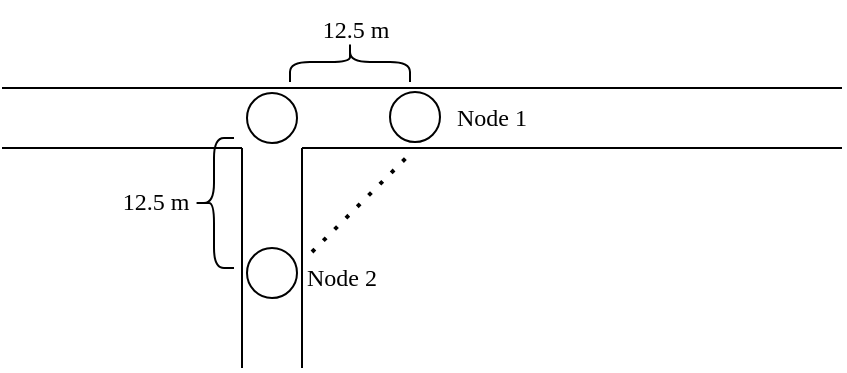
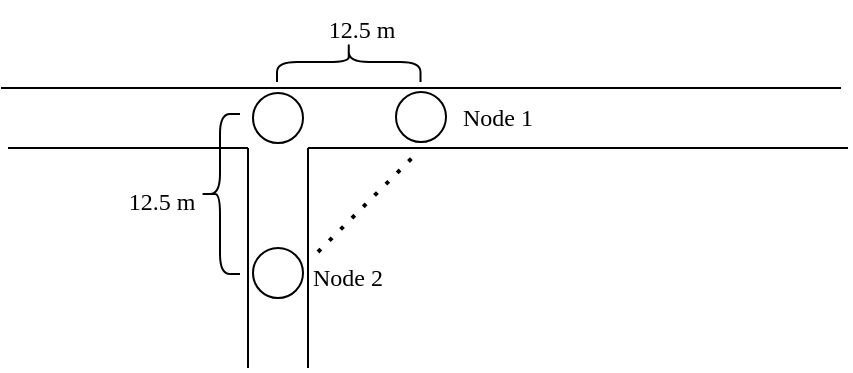
<mxfile host="app.diagrams.net">
  <diagram name="Page-1" id="f06MdwtUii9qRW4pSBLN">
-     <mxGraphModel dx="572" dy="319" grid="1" gridSize="10" guides="1" tooltips="1" connect="1" arrows="1" fold="1" page="1" pageScale="1" pageWidth="1169" pageHeight="1654" math="0" shadow="0">
+     <mxGraphModel dx="589" dy="291" grid="1" gridSize="10" guides="1" tooltips="1" connect="1" arrows="1" fold="1" page="1" pageScale="1" pageWidth="1169" pageHeight="1654" math="0" shadow="0">
      <root>
        <mxCell id="0" />
        <mxCell id="1" parent="0" />
        <mxCell id="SvrmHWsTZFq2WOs4QdFD-1" parent="1" style="ellipse;whiteSpace=wrap;html=1;aspect=fixed;fontFamily=modern;fontSource=https%3A%2F%2Fsourceforge.net%2Fprojects%2Fcm-unicode%2F;" value="" vertex="1">
          <mxGeometry height="25" width="25" x="382.5" y="132.5" as="geometry" />
        </mxCell>
        <mxCell id="SvrmHWsTZFq2WOs4QdFD-2" parent="1" style="ellipse;whiteSpace=wrap;html=1;aspect=fixed;fontFamily=modern;fontSource=https%3A%2F%2Fsourceforge.net%2Fprojects%2Fcm-unicode%2F;" value="" vertex="1">
          <mxGeometry height="25" width="25" x="454" y="132" as="geometry" />
        </mxCell>
        <mxCell id="SvrmHWsTZFq2WOs4QdFD-3" parent="1" style="ellipse;whiteSpace=wrap;html=1;aspect=fixed;fontFamily=modern;fontSource=https%3A%2F%2Fsourceforge.net%2Fprojects%2Fcm-unicode%2F;" value="" vertex="1">
          <mxGeometry height="25" width="25" x="382.5" y="210" as="geometry" />
        </mxCell>
        <mxCell id="SvrmHWsTZFq2WOs4QdFD-5" edge="1" parent="1" style="endArrow=none;html=1;rounded=0;fontFamily=modern;fontSource=https%3A%2F%2Fsourceforge.net%2Fprojects%2Fcm-unicode%2F;" value="">
          <mxGeometry height="50" relative="1" width="50" as="geometry">
-             <mxPoint x="260" y="130" as="sourcePoint" />
-             <mxPoint x="680" y="130" as="targetPoint" />
+             <mxPoint x="256.5" y="130" as="sourcePoint" />
+             <mxPoint x="676.5" y="130" as="targetPoint" />
          </mxGeometry>
        </mxCell>
        <mxCell id="SvrmHWsTZFq2WOs4QdFD-6" edge="1" parent="1" style="endArrow=none;html=1;rounded=0;fontFamily=modern;fontSource=https%3A%2F%2Fsourceforge.net%2Fprojects%2Fcm-unicode%2F;" value="">
          <mxGeometry height="50" relative="1" width="50" as="geometry">
            <mxPoint x="410" y="160" as="sourcePoint" />
            <mxPoint x="680" y="160" as="targetPoint" />
          </mxGeometry>
        </mxCell>
        <mxCell id="SvrmHWsTZFq2WOs4QdFD-8" edge="1" parent="1" style="endArrow=none;html=1;rounded=0;fontFamily=modern;fontSource=https%3A%2F%2Fsourceforge.net%2Fprojects%2Fcm-unicode%2F;" value="">
          <mxGeometry height="50" relative="1" width="50" as="geometry">
            <mxPoint x="410" y="270" as="sourcePoint" />
            <mxPoint x="410" y="160" as="targetPoint" />
          </mxGeometry>
        </mxCell>
        <mxCell id="SvrmHWsTZFq2WOs4QdFD-9" edge="1" parent="1" style="endArrow=none;html=1;rounded=0;fontFamily=modern;fontSource=https%3A%2F%2Fsourceforge.net%2Fprojects%2Fcm-unicode%2F;" value="">
          <mxGeometry height="50" relative="1" width="50" as="geometry">
            <mxPoint x="380" y="270" as="sourcePoint" />
            <mxPoint x="380" y="160" as="targetPoint" />
          </mxGeometry>
        </mxCell>
        <mxCell id="SvrmHWsTZFq2WOs4QdFD-10" edge="1" parent="1" style="endArrow=none;html=1;rounded=0;fontFamily=modern;fontSource=https%3A%2F%2Fsourceforge.net%2Fprojects%2Fcm-unicode%2F;" value="">
          <mxGeometry height="50" relative="1" width="50" as="geometry">
            <mxPoint x="260" y="160" as="sourcePoint" />
            <mxPoint x="380" y="160" as="targetPoint" />
          </mxGeometry>
        </mxCell>
        <mxCell id="SvrmHWsTZFq2WOs4QdFD-13" edge="1" parent="1" style="endArrow=none;dashed=1;html=1;dashPattern=1 3;strokeWidth=2;rounded=0;fontFamily=modern;fontSource=https%3A%2F%2Fsourceforge.net%2Fprojects%2Fcm-unicode%2F;" value="">
          <mxGeometry height="50" relative="1" width="50" as="geometry">
            <mxPoint x="415" y="212" as="sourcePoint" />
            <mxPoint x="465" y="162" as="targetPoint" />
          </mxGeometry>
        </mxCell>
        <mxCell id="SvrmHWsTZFq2WOs4QdFD-14" parent="1" style="text;html=1;whiteSpace=wrap;strokeColor=none;fillColor=none;align=center;verticalAlign=middle;rounded=0;fontFamily=modern;fontSource=https%3A%2F%2Fsourceforge.net%2Fprojects%2Fcm-unicode%2F;" value="Node 1" vertex="1">
          <mxGeometry height="30" width="60" x="475" y="130" as="geometry" />
        </mxCell>
        <mxCell id="SvrmHWsTZFq2WOs4QdFD-15" parent="1" style="text;html=1;whiteSpace=wrap;strokeColor=none;fillColor=none;align=center;verticalAlign=middle;rounded=0;fontFamily=modern;fontSource=https%3A%2F%2Fsourceforge.net%2Fprojects%2Fcm-unicode%2F;" value="Node 2" vertex="1">
          <mxGeometry height="30" width="60" x="400" y="210" as="geometry" />
        </mxCell>
        <mxCell id="SvrmHWsTZFq2WOs4QdFD-16" parent="1" style="shape=curlyBracket;whiteSpace=wrap;html=1;rounded=1;labelPosition=left;verticalLabelPosition=middle;align=right;verticalAlign=middle;fontFamily=modern;fontSource=https%3A%2F%2Fsourceforge.net%2Fprojects%2Fcm-unicode%2F;" value="" vertex="1">
-           <mxGeometry height="65" width="20" x="356" y="155" as="geometry" />
+           <mxGeometry height="80" width="20" x="356" y="143" as="geometry" />
        </mxCell>
        <mxCell id="SvrmHWsTZFq2WOs4QdFD-17" parent="1" style="text;html=1;whiteSpace=wrap;strokeColor=none;fillColor=none;align=center;verticalAlign=middle;rounded=0;fontFamily=modern;fontSource=https%3A%2F%2Fsourceforge.net%2Fprojects%2Fcm-unicode%2F;" value="12.5 m" vertex="1">
          <mxGeometry height="30" width="60" x="307" y="172" as="geometry" />
        </mxCell>
        <mxCell id="SvrmHWsTZFq2WOs4QdFD-18" parent="1" style="text;html=1;whiteSpace=wrap;strokeColor=none;fillColor=none;align=center;verticalAlign=middle;rounded=0;fontFamily=modern;fontSource=https%3A%2F%2Fsourceforge.net%2Fprojects%2Fcm-unicode%2F;" value="12.5 m" vertex="1">
          <mxGeometry height="30" width="60" x="407" y="86" as="geometry" />
        </mxCell>
        <mxCell id="SvrmHWsTZFq2WOs4QdFD-19" parent="1" style="shape=curlyBracket;whiteSpace=wrap;html=1;rounded=1;labelPosition=left;verticalLabelPosition=middle;align=right;verticalAlign=middle;rotation=90;fontFamily=modern;fontSource=https%3A%2F%2Fsourceforge.net%2Fprojects%2Fcm-unicode%2F;" value="" vertex="1">
-           <mxGeometry height="60" width="20" x="424" y="87" as="geometry" />
+           <mxGeometry height="71.75" width="20" x="420.38" y="81.13" as="geometry" />
        </mxCell>
      </root>
    </mxGraphModel>
  </diagram>
</mxfile>
